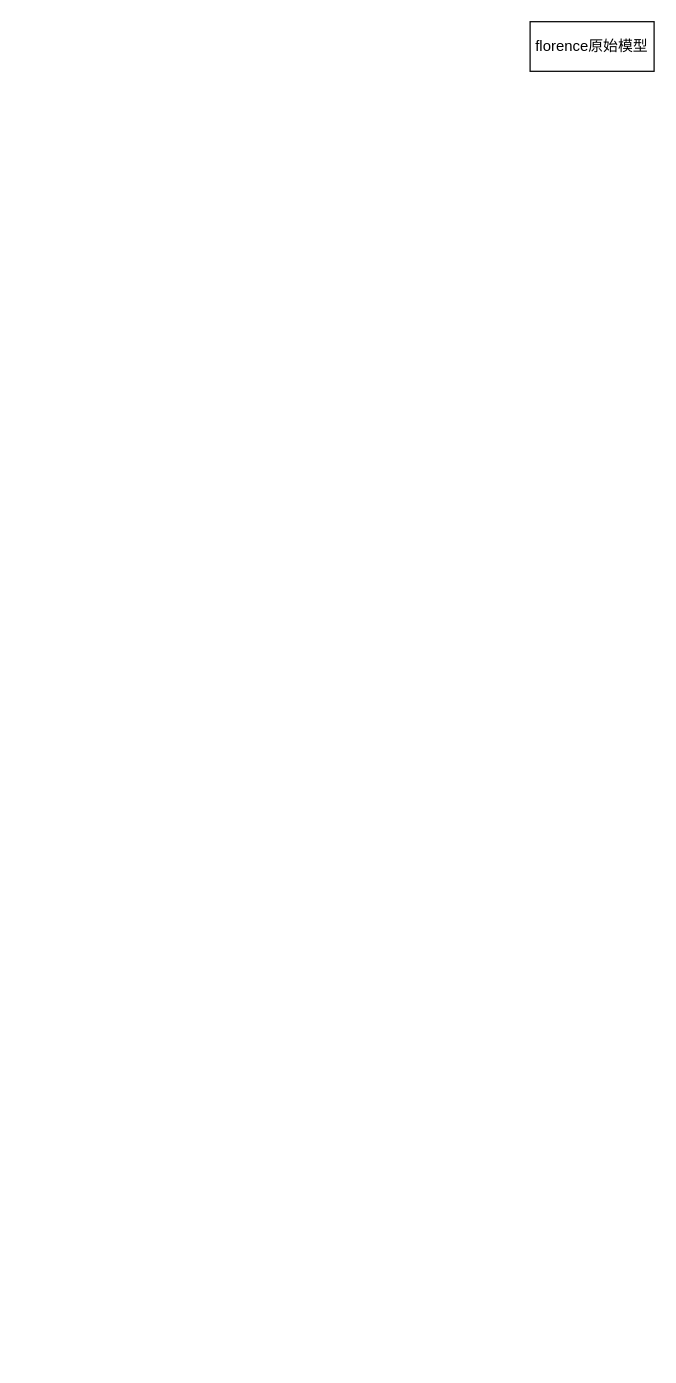
Before: 标注工具.drawio in xiazi-yu/triton-server-read, a draw.io diagram. Source tidied: cells renumbered, new cells numbered last; positions are measured from the earlier drawing's top-left corner, leaving out a move shared by most shapes. Both pictures are drawn from the tidied source at 124%, with x=0, y=0 at pixel (529, 21).
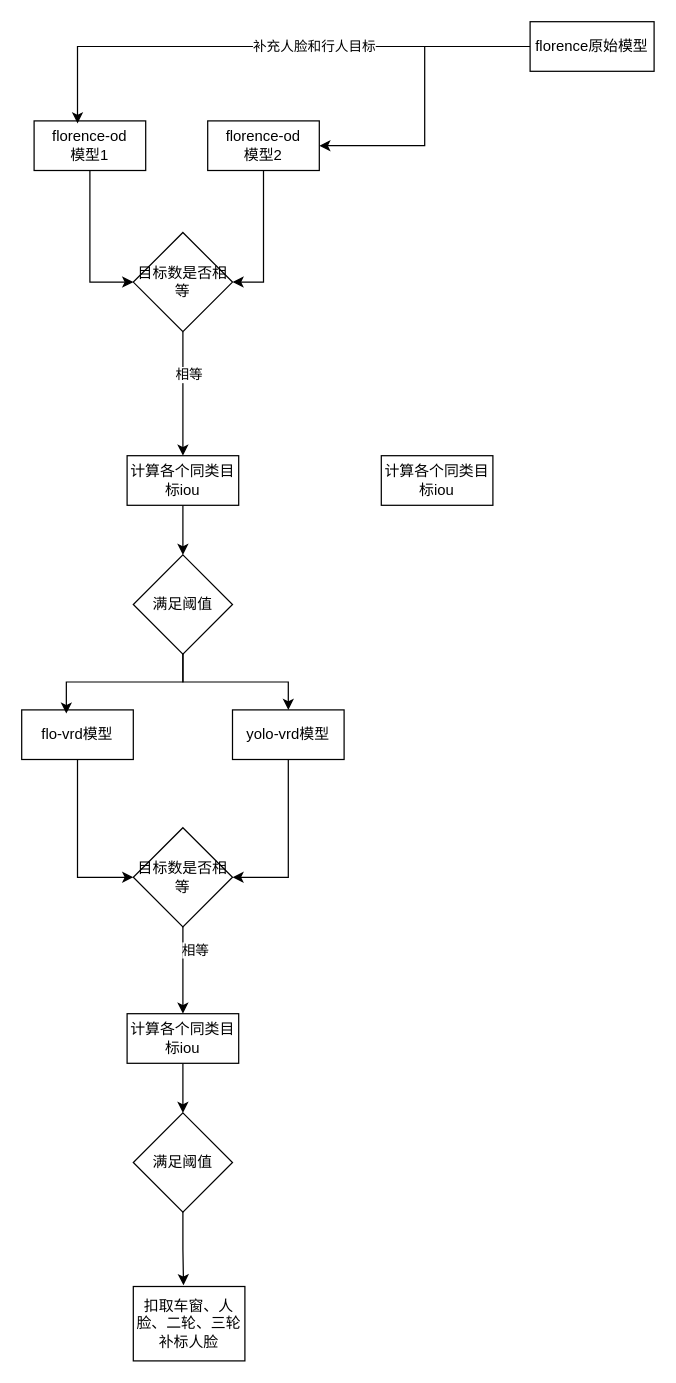
The same diagram, later.

Commit message (it also covers changes not shown here):
更新标注工具.drawio

The change refers to these unchanged cells:
```xml
<mxCell id="2" value="florence原始模型" style="rounded=0;whiteSpace=wrap;html=1;" parent="1" vertex="1">
  <mxGeometry width="100" height="40" as="geometry" />
</mxCell>
```

The edit, as a diff of the source:
```diff
@@
+    <mxCell id="3" style="edgeStyle=orthogonalEdgeStyle;rounded=0;jettySize=auto;html=1;entryX=1;entryY=0.5;entryDx=0;entryDy=0;" parent="1" edge="1" source="2" target="7">
+      <mxGeometry relative="1" as="geometry" />
+    </mxCell>
@@
+    <mxCell id="4" style="edgeStyle=orthogonalEdgeStyle;rounded=0;jettySize=auto;html=1;exitX=0.5;exitY=1;exitDx=0;exitDy=0;entryX=0;entryY=0.5;entryDx=0;entryDy=0;" parent="1" edge="1" source="5" target="10">
+      <mxGeometry relative="1" as="geometry" />
+    </mxCell>
+    <mxCell id="5" value="florence-od&lt;div&gt;模型1&lt;/div&gt;" style="rounded=0;whiteSpace=wrap;html=1;" parent="1" vertex="1">
+      <mxGeometry x="-400" y="80" width="90" height="40" as="geometry" />
+    </mxCell>
+    <mxCell id="6" style="edgeStyle=orthogonalEdgeStyle;rounded=0;jettySize=auto;html=1;exitX=0.5;exitY=1;exitDx=0;exitDy=0;entryX=1;entryY=0.5;entryDx=0;entryDy=0;" parent="1" edge="1" source="7" target="10">
+      <mxGeometry relative="1" as="geometry" />
+    </mxCell>
+    <mxCell id="7" value="florence-od&lt;div&gt;模型2&lt;/div&gt;" style="rounded=0;whiteSpace=wrap;html=1;" parent="1" vertex="1">
+      <mxGeometry x="-260" y="80" width="90" height="40" as="geometry" />
+    </mxCell>
+    <mxCell id="8" style="edgeStyle=orthogonalEdgeStyle;rounded=0;jettySize=auto;html=1;exitX=0.5;exitY=1;exitDx=0;exitDy=0;entryX=0.5;entryY=0;entryDx=0;entryDy=0;" parent="1" edge="1" source="10" target="12">
+      <mxGeometry relative="1" as="geometry" />
+    </mxCell>
+    <mxCell id="9" value="相等" style="edgeLabel;html=1;align=center;verticalAlign=middle;" parent="8" vertex="1">
+      <mxGeometry x="-0.33" y="4" relative="1" as="geometry" />
+    </mxCell>
+    <mxCell id="10" value="目标数是否相等" style="rhombus;whiteSpace=wrap;html=1;" parent="1" vertex="1">
+      <mxGeometry x="-320" y="170" width="80" height="80" as="geometry" />
+    </mxCell>
+    <mxCell id="11" style="edgeStyle=orthogonalEdgeStyle;rounded=0;jettySize=auto;html=1;" parent="1" edge="1" source="12" target="17">
+      <mxGeometry relative="1" as="geometry" />
+    </mxCell>
+    <mxCell id="12" value="计算各个同类目标iou" style="rounded=0;whiteSpace=wrap;html=1;" parent="1" vertex="1">
+      <mxGeometry x="-325" y="350" width="90" height="40" as="geometry" />
+    </mxCell>
+    <mxCell id="13" value="计算各个同类目标iou" style="rounded=0;whiteSpace=wrap;html=1;" parent="1" vertex="1">
+      <mxGeometry x="-120" y="350" width="90" height="40" as="geometry" />
+    </mxCell>
+    <mxCell id="14" style="edgeStyle=orthogonalEdgeStyle;rounded=0;jettySize=auto;html=1;entryX=0.389;entryY=0.05;entryDx=0;entryDy=0;entryPerimeter=0;" parent="1" edge="1" source="2" target="5">
+      <mxGeometry relative="1" as="geometry" />
+    </mxCell>
+    <mxCell id="15" value="补充人脸和行人目标" style="edgeLabel;html=1;align=center;verticalAlign=middle;" parent="14" vertex="1">
+      <mxGeometry x="-0.18" y="-1" relative="1" as="geometry" />
+    </mxCell>
+    <mxCell id="16" style="edgeStyle=orthogonalEdgeStyle;rounded=0;jettySize=auto;html=1;exitX=0.5;exitY=1;exitDx=0;exitDy=0;entryX=0.5;entryY=0;entryDx=0;entryDy=0;" parent="1" edge="1" source="17" target="21">
+      <mxGeometry relative="1" as="geometry" />
+    </mxCell>
+    <mxCell id="17" value="满足阈值" style="rhombus;whiteSpace=wrap;html=1;" parent="1" vertex="1">
+      <mxGeometry x="-320" y="430" width="80" height="80" as="geometry" />
+    </mxCell>
+    <mxCell id="18" style="edgeStyle=orthogonalEdgeStyle;rounded=0;jettySize=auto;html=1;entryX=0;entryY=0.5;entryDx=0;entryDy=0;" parent="1" edge="1" source="19" target="25">
+      <mxGeometry relative="1" as="geometry" />
+    </mxCell>
+    <mxCell id="19" value="flo-vrd模型" style="rounded=0;whiteSpace=wrap;html=1;" parent="1" vertex="1">
+      <mxGeometry x="-410" y="555" width="90" height="40" as="geometry" />
+    </mxCell>
+    <mxCell id="20" style="edgeStyle=orthogonalEdgeStyle;rounded=0;jettySize=auto;html=1;entryX=1;entryY=0.5;entryDx=0;entryDy=0;" parent="1" edge="1" source="21" target="25">
+      <mxGeometry relative="1" as="geometry" />
+    </mxCell>
+    <mxCell id="21" value="yolo-vrd模型" style="rounded=0;whiteSpace=wrap;html=1;" parent="1" vertex="1">
+      <mxGeometry x="-240" y="555" width="90" height="40" as="geometry" />
+    </mxCell>
+    <mxCell id="22" style="edgeStyle=orthogonalEdgeStyle;rounded=0;jettySize=auto;html=1;exitX=0.5;exitY=1;exitDx=0;exitDy=0;entryX=0.4;entryY=0.075;entryDx=0;entryDy=0;entryPerimeter=0;" parent="1" edge="1" source="17" target="19">
+      <mxGeometry relative="1" as="geometry" />
+    </mxCell>
+    <mxCell id="23" style="edgeStyle=orthogonalEdgeStyle;rounded=0;jettySize=auto;html=1;exitX=0.5;exitY=1;exitDx=0;exitDy=0;entryX=0.5;entryY=0;entryDx=0;entryDy=0;" parent="1" edge="1" source="25" target="27">
+      <mxGeometry relative="1" as="geometry" />
+    </mxCell>
+    <mxCell id="24" value="相等" style="edgeLabel;html=1;align=center;verticalAlign=middle;" parent="23" vertex="1">
+      <mxGeometry x="-0.49" y="9" relative="1" as="geometry" />
+    </mxCell>
+    <mxCell id="25" value="目标数是否相等" style="rhombus;whiteSpace=wrap;html=1;" parent="1" vertex="1">
+      <mxGeometry x="-320" y="650" width="80" height="80" as="geometry" />
+    </mxCell>
+    <mxCell id="26" style="edgeStyle=orthogonalEdgeStyle;rounded=0;jettySize=auto;html=1;" parent="1" edge="1" source="27" target="28">
+      <mxGeometry relative="1" as="geometry" />
+    </mxCell>
+    <mxCell id="27" value="计算各个同类目标iou" style="rounded=0;whiteSpace=wrap;html=1;" parent="1" vertex="1">
+      <mxGeometry x="-325" y="800" width="90" height="40" as="geometry" />
+    </mxCell>
+    <mxCell id="28" value="满足阈值" style="rhombus;whiteSpace=wrap;html=1;" parent="1" vertex="1">
+      <mxGeometry x="-320" y="880" width="80" height="80" as="geometry" />
+    </mxCell>
+    <mxCell id="29" value="扣取车窗、人脸、二轮、三轮补标人脸" style="rounded=0;whiteSpace=wrap;html=1;" parent="1" vertex="1">
+      <mxGeometry x="-320" y="1020" width="90" height="60" as="geometry" />
+    </mxCell>
+    <mxCell id="30" style="edgeStyle=orthogonalEdgeStyle;rounded=0;jettySize=auto;html=1;exitX=0.5;exitY=1;exitDx=0;exitDy=0;entryX=0.45;entryY=-0.017;entryDx=0;entryDy=0;entryPerimeter=0;" parent="1" edge="1" source="28" target="29">
+      <mxGeometry relative="1" as="geometry" />
+    </mxCell>
```
